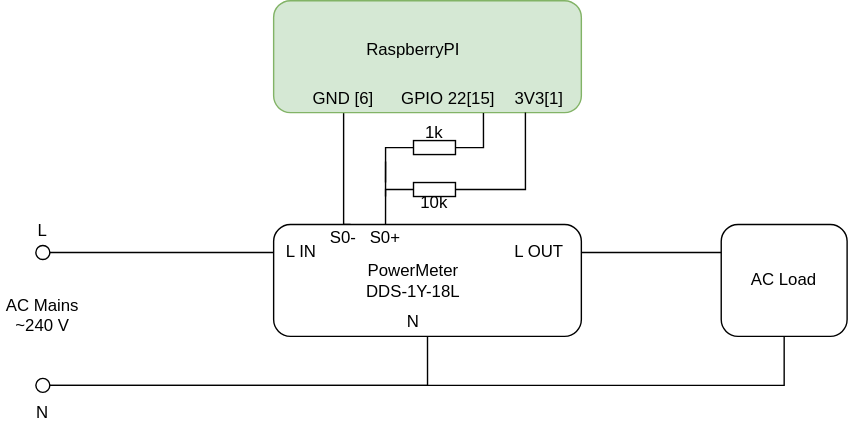
jveverka/rpi-projects keeps this draw.io diagram as rpi-powermeter/docs/rpi-powermeter-hardware.svg. Above is the earlier version. Source tidied: cells renumbered, new cells last; positions are measured from the earlier drawing's top-left corner, leaving out a move shared by most shapes. Source of this version:
```xml
<mxGraphModel>
  <root>
    <mxCell id="0" />
    <mxCell id="1" parent="0" />
    <mxCell id="2" style="edgeStyle=orthogonalEdgeStyle;rounded=0;jettySize=auto;html=1;entryX=0.25;entryY=0;entryDx=0;entryDy=0;endArrow=none;endFill=0;" parent="1" edge="1" source="3" target="6">
      <mxGeometry relative="1" as="geometry">
        <Array as="points">
          <mxPoint x="245" y="130" />
          <mxPoint x="245" y="130" />
        </Array>
      </mxGeometry>
    </mxCell>
    <mxCell id="3" style="rounded=1;whiteSpace=wrap;html=1;fillColor=#d5e8d4;strokeColor=#82b366;" parent="1" vertex="1">
      <mxGeometry x="195" width="220" height="80" as="geometry" />
    </mxCell>
    <mxCell id="4" value="RaspberryPI" style="text;html=1;strokeColor=none;fillColor=none;align=center;verticalAlign=middle;whiteSpace=wrap;rounded=0;" parent="1" vertex="1">
      <mxGeometry x="255" y="20" width="80" height="30" as="geometry" />
    </mxCell>
    <mxCell id="5" style="edgeStyle=orthogonalEdgeStyle;rounded=0;jettySize=auto;html=1;entryX=0;entryY=0.25;entryDx=0;entryDy=0;endArrow=none;endFill=0;" parent="1" edge="1" source="6" target="9">
      <mxGeometry relative="1" as="geometry">
        <Array as="points">
          <mxPoint x="425" y="180" />
          <mxPoint x="425" y="180" />
        </Array>
      </mxGeometry>
    </mxCell>
    <mxCell id="6" style="rounded=1;whiteSpace=wrap;html=1;" parent="1" vertex="1">
      <mxGeometry x="195" y="160" width="220" height="80" as="geometry" />
    </mxCell>
    <mxCell id="7" value="PowerMeter&lt;br&gt;DDS-1Y-18L" style="text;html=1;strokeColor=none;fillColor=none;align=center;verticalAlign=middle;whiteSpace=wrap;rounded=0;" parent="1" vertex="1">
      <mxGeometry x="255" y="185" width="80" height="30" as="geometry" />
    </mxCell>
    <mxCell id="8" style="endArrow=none;html=1;rounded=0;entryX=0;entryY=0.25;entryDx=0;entryDy=0;" parent="1" edge="1" target="6">
      <mxGeometry relative="1" as="geometry">
        <mxPoint x="35" y="180" as="sourcePoint" />
      </mxGeometry>
    </mxCell>
    <mxCell id="9" value="AC Load" style="rounded=1;whiteSpace=wrap;html=1;" parent="1" vertex="1">
      <mxGeometry x="515" y="160" width="90" height="80" as="geometry" />
    </mxCell>
    <mxCell id="10" value="S0-" style="text;html=1;strokeColor=none;fillColor=none;align=center;verticalAlign=middle;whiteSpace=wrap;rounded=0;" parent="1" vertex="1">
      <mxGeometry x="215" y="155" width="60" height="30" as="geometry" />
    </mxCell>
    <mxCell id="11" value="GND [6]" style="text;html=1;strokeColor=none;fillColor=none;align=center;verticalAlign=middle;whiteSpace=wrap;rounded=0;" parent="1" vertex="1">
      <mxGeometry x="215" y="55" width="60" height="30" as="geometry" />
    </mxCell>
    <mxCell id="12" style="ellipse;whiteSpace=wrap;html=1;" parent="1" vertex="1">
      <mxGeometry x="25" y="175" width="10" height="10" as="geometry" />
    </mxCell>
    <mxCell id="13" value="L IN" style="text;html=1;strokeColor=none;fillColor=none;align=center;verticalAlign=middle;whiteSpace=wrap;rounded=0;" parent="1" vertex="1">
      <mxGeometry x="185" y="165" width="60" height="30" as="geometry" />
    </mxCell>
    <mxCell id="14" value="L OUT" style="text;html=1;strokeColor=none;fillColor=none;align=center;verticalAlign=middle;whiteSpace=wrap;rounded=0;" parent="1" vertex="1">
      <mxGeometry x="355" y="165" width="60" height="30" as="geometry" />
    </mxCell>
    <mxCell id="15" style="edgeStyle=orthogonalEdgeStyle;rounded=0;jettySize=auto;html=1;entryX=0.5;entryY=1;entryDx=0;entryDy=0;endArrow=none;endFill=0;" parent="1" edge="1" source="17" target="9">
      <mxGeometry relative="1" as="geometry" />
    </mxCell>
    <mxCell id="16" style="edgeStyle=orthogonalEdgeStyle;rounded=0;jettySize=auto;html=1;entryX=0.5;entryY=1;entryDx=0;entryDy=0;endArrow=none;endFill=0;" parent="1" edge="1" source="17" target="6">
      <mxGeometry relative="1" as="geometry" />
    </mxCell>
    <mxCell id="17" style="ellipse;whiteSpace=wrap;html=1;" parent="1" vertex="1">
      <mxGeometry x="25" y="270" width="10" height="10" as="geometry" />
    </mxCell>
    <mxCell id="18" value="N" style="text;html=1;strokeColor=none;fillColor=none;align=center;verticalAlign=middle;whiteSpace=wrap;rounded=0;" parent="1" vertex="1">
      <mxGeometry x="265" y="215" width="60" height="30" as="geometry" />
    </mxCell>
    <mxCell id="19" style="edgeStyle=orthogonalEdgeStyle;rounded=0;jettySize=auto;html=1;endArrow=none;endFill=0;entryX=1;entryY=0.174;entryDx=0;entryDy=0;entryPerimeter=0;" parent="1" edge="1" source="21" target="10">
      <mxGeometry relative="1" as="geometry">
        <Array as="points">
          <mxPoint x="275" y="135" />
        </Array>
      </mxGeometry>
    </mxCell>
    <mxCell id="20" style="edgeStyle=orthogonalEdgeStyle;rounded=0;jettySize=auto;html=1;endArrow=none;endFill=0;entryX=0.5;entryY=0.833;entryDx=0;entryDy=0;entryPerimeter=0;" parent="1" edge="1" source="21" target="27">
      <mxGeometry relative="1" as="geometry">
        <Array as="points">
          <mxPoint x="375" y="135" />
        </Array>
      </mxGeometry>
    </mxCell>
    <mxCell id="21" style="rounded=0;whiteSpace=wrap;html=1;" parent="1" vertex="1">
      <mxGeometry x="295" y="130" width="30" height="10" as="geometry" />
    </mxCell>
    <mxCell id="22" value="S0+" style="text;html=1;strokeColor=none;fillColor=none;align=center;verticalAlign=middle;whiteSpace=wrap;rounded=0;" parent="1" vertex="1">
      <mxGeometry x="245" y="155" width="60" height="30" as="geometry" />
    </mxCell>
    <mxCell id="23" style="edgeStyle=orthogonalEdgeStyle;rounded=0;orthogonalLoop=1;jettySize=auto;html=1;endArrow=none;endFill=0;startArrow=none;" parent="1" edge="1">
      <mxGeometry relative="1" as="geometry">
        <mxPoint x="275" y="130" as="sourcePoint" />
        <mxPoint x="275" y="140" as="targetPoint" />
        <Array as="points">
          <mxPoint x="275" y="115" />
        </Array>
      </mxGeometry>
    </mxCell>
    <mxCell id="24" style="edgeStyle=orthogonalEdgeStyle;rounded=0;jettySize=auto;html=1;entryX=0;entryY=0.84;entryDx=0;entryDy=0;endArrow=none;endFill=0;entryPerimeter=0;" parent="1" edge="1" source="25" target="27">
      <mxGeometry relative="1" as="geometry">
        <Array as="points">
          <mxPoint x="345" y="105" />
        </Array>
      </mxGeometry>
    </mxCell>
    <mxCell id="25" style="rounded=0;whiteSpace=wrap;html=1;" parent="1" vertex="1">
      <mxGeometry x="295" y="100" width="30" height="10" as="geometry" />
    </mxCell>
    <mxCell id="26" value="GPIO 22[15]" style="text;html=1;strokeColor=none;fillColor=none;align=center;verticalAlign=middle;whiteSpace=wrap;rounded=0;" parent="1" vertex="1">
      <mxGeometry x="265" y="55" width="110" height="30" as="geometry" />
    </mxCell>
    <mxCell id="27" value="&amp;nbsp; &amp;nbsp; &amp;nbsp; 3V3[1]" style="text;html=1;strokeColor=none;fillColor=none;align=center;verticalAlign=middle;whiteSpace=wrap;rounded=0;" parent="1" vertex="1">
      <mxGeometry x="345" y="55" width="60" height="30" as="geometry" />
    </mxCell>
    <mxCell id="28" style="edgeStyle=orthogonalEdgeStyle;rounded=0;jettySize=auto;html=1;endArrow=none;endFill=0;" parent="1" edge="1" source="25">
      <mxGeometry relative="1" as="geometry">
        <mxPoint x="275" y="130" as="targetPoint" />
      </mxGeometry>
    </mxCell>
    <mxCell id="29" value="1k" style="text;html=1;strokeColor=none;fillColor=none;align=center;verticalAlign=middle;whiteSpace=wrap;rounded=0;" parent="1" vertex="1">
      <mxGeometry x="280" y="80" width="60" height="30" as="geometry" />
    </mxCell>
    <mxCell id="30" value="10k" style="text;html=1;strokeColor=none;fillColor=none;align=center;verticalAlign=middle;whiteSpace=wrap;rounded=0;" parent="1" vertex="1">
      <mxGeometry x="280" y="130" width="60" height="30" as="geometry" />
    </mxCell>
    <mxCell id="31" value="AC Mains&lt;br&gt;~240 V" style="text;html=1;strokeColor=none;fillColor=none;align=center;verticalAlign=middle;whiteSpace=wrap;rounded=0;" parent="1" vertex="1">
      <mxGeometry y="210" width="60" height="30" as="geometry" />
    </mxCell>
    <mxCell id="32" value="N" style="text;html=1;strokeColor=none;fillColor=none;align=center;verticalAlign=middle;whiteSpace=wrap;rounded=0;" parent="1" vertex="1">
      <mxGeometry y="280" width="60" height="30" as="geometry" />
    </mxCell>
    <mxCell id="33" value="L" style="text;html=1;strokeColor=none;fillColor=none;align=center;verticalAlign=middle;whiteSpace=wrap;rounded=0;" parent="1" vertex="1">
      <mxGeometry y="150" width="60" height="30" as="geometry" />
    </mxCell>
  </root>
</mxGraphModel>
```
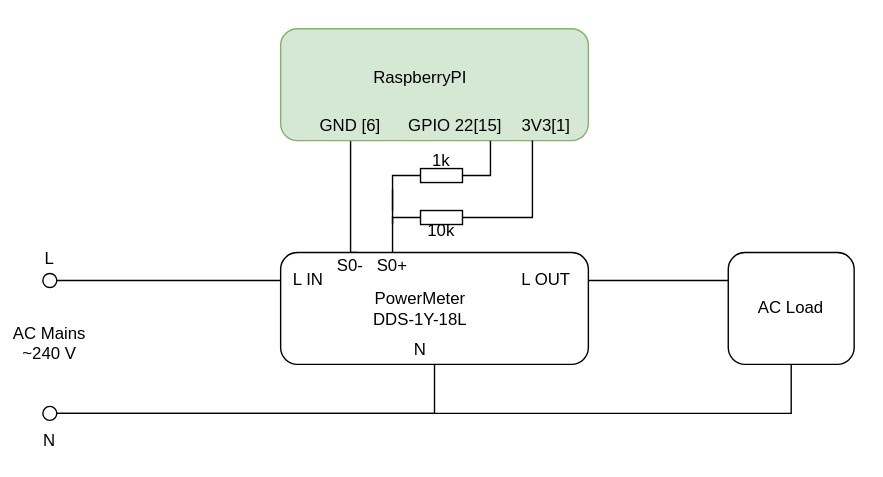
The same diagram one commit later.

Commit message:
adjusting schemas for dark mode

What changed in the source:
```diff
@@ -2,6 +2,9 @@
   <root>
     <mxCell id="0" />
     <mxCell id="1" parent="0" />
+    <mxCell id="34" style="rounded=0;whiteSpace=wrap;html=1;strokeColor=none;" parent="1" vertex="1">
+      <mxGeometry x="-5" y="-20" width="630" height="340" as="geometry" />
+    </mxCell>
     <mxCell id="2" style="edgeStyle=orthogonalEdgeStyle;rounded=0;jettySize=auto;html=1;entryX=0.25;entryY=0;entryDx=0;entryDy=0;endArrow=none;endFill=0;" parent="1" edge="1" source="3" target="6">
       <mxGeometry relative="1" as="geometry">
         <Array as="points">
```
